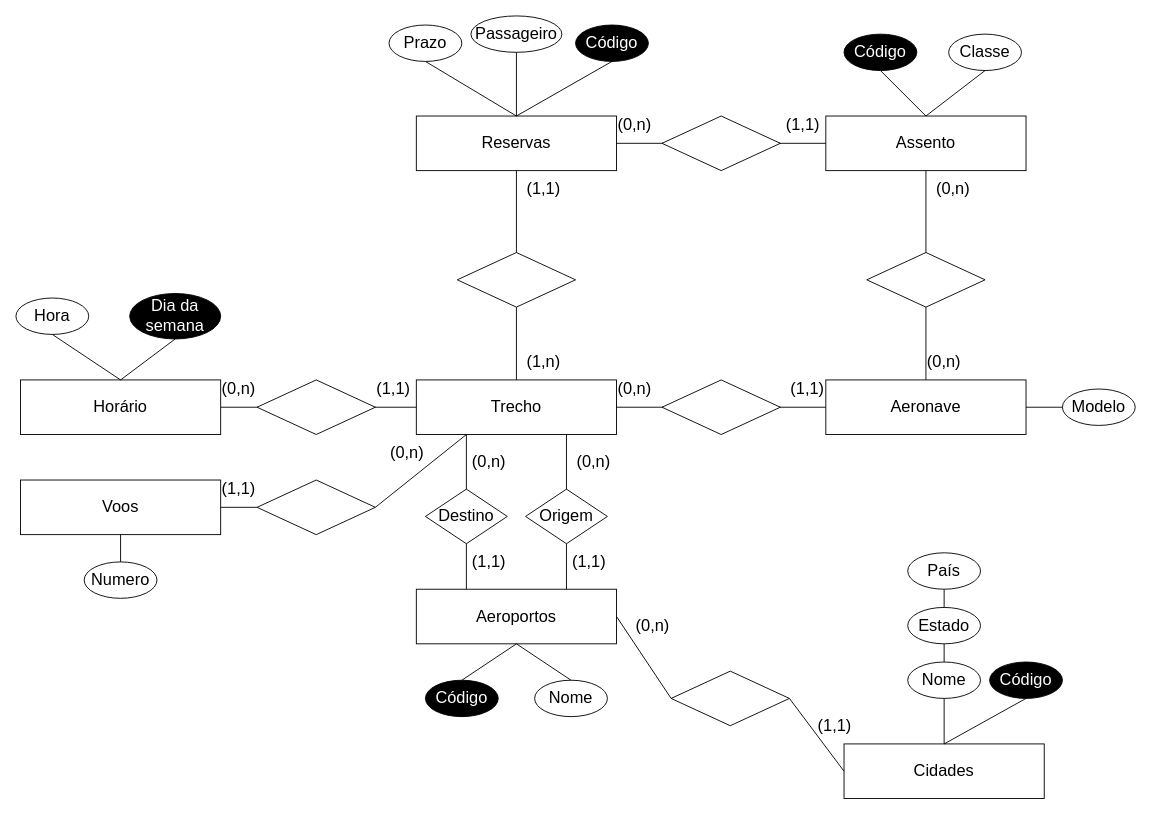
The draw.io diagram Facul/Untitled Diagram.drawio in HansRafael/projects, before the edit. Source tidied: cells renumbered, new cells numbered last; positions are measured from the earlier drawing's top-left corner, leaving out a move shared by most shapes. Both pictures are drawn from the tidied source at 91%, with x=0, y=0 at pixel (15, 15).
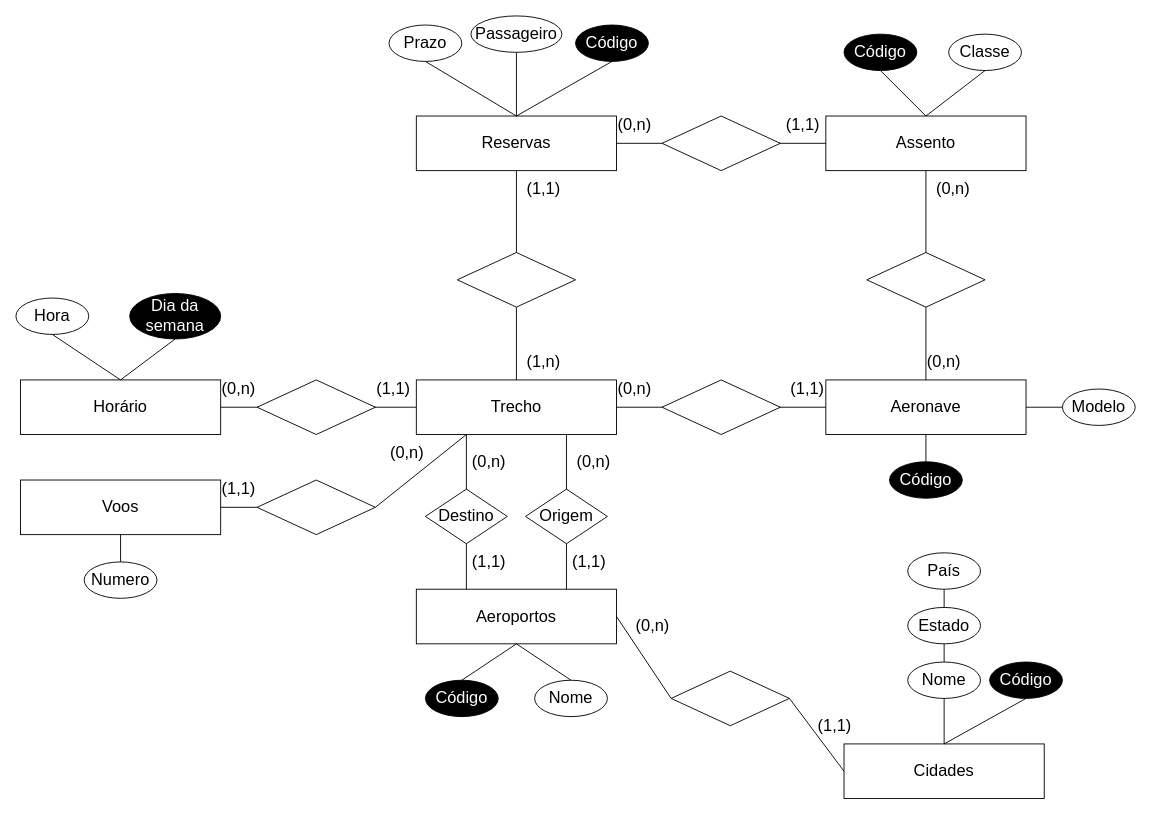
The same page after the edit.

Unchanged cells that the change refers to:
```xml
<mxCell id="7" value="&lt;span style=&quot;font-size: 18px&quot;&gt;Aeronave&lt;/span&gt;" style="rounded=0;whiteSpace=wrap;html=1;" parent="1" vertex="1">
  <mxGeometry x="890" y="400" width="220" height="60" as="geometry" />
</mxCell>
```

Diff of the diagram source:
```diff
@@
+    <mxCell id="78" value="&lt;font style=&quot;font-size: 18px&quot; color=&quot;#ffffff&quot;&gt;Código&lt;/font&gt;" style="ellipse;whiteSpace=wrap;html=1;fillColor=#000000;" parent="1" vertex="1">
+      <mxGeometry x="960" y="490" width="80" height="40" as="geometry" />
+    </mxCell>
+    <mxCell id="79" style="endArrow=none;html=1;entryX=0.5;entryY=1;entryDx=0;entryDy=0;exitX=0.5;exitY=0;exitDx=0;exitDy=0;" parent="1" edge="1" source="78" target="7">
+      <mxGeometry relative="1" as="geometry" />
+    </mxCell>
```
